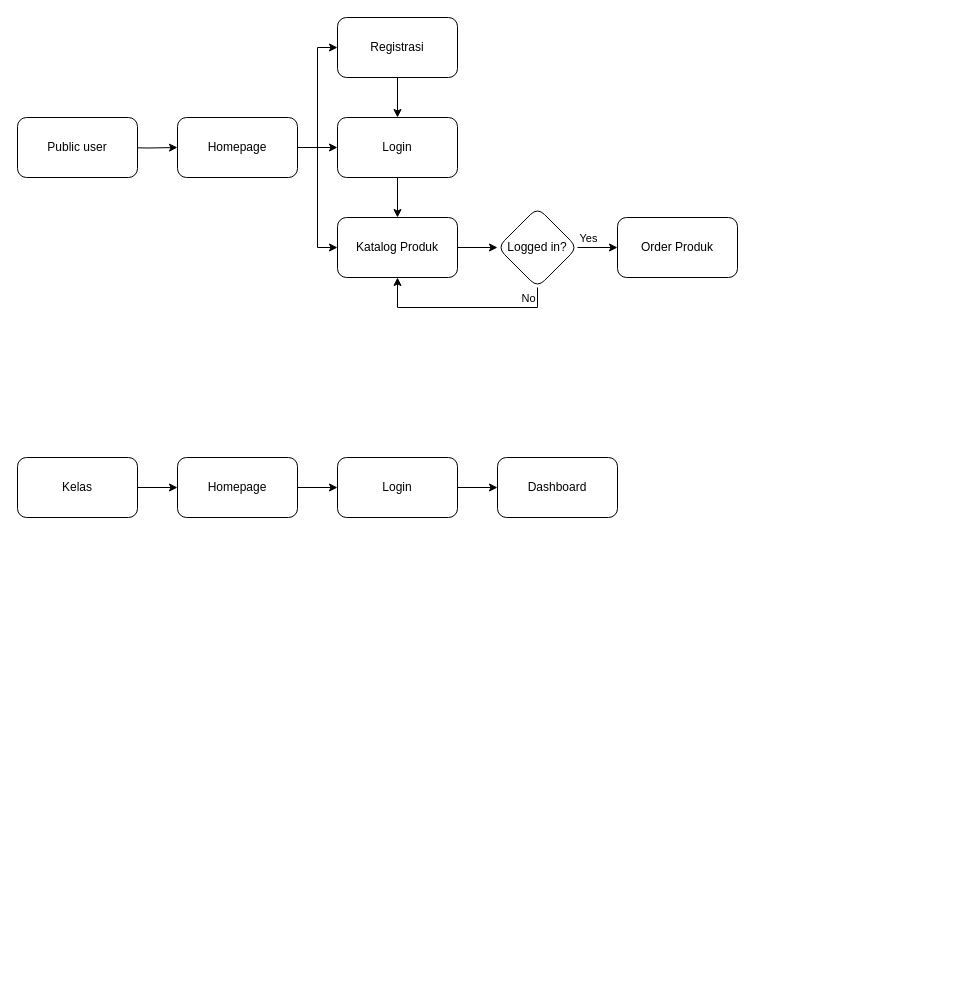
silvynrr/diagram-kantin-spw keeps this draw.io diagram as Alur_KantinSPW.drawio. Above is the earlier version. Source tidied: cells renumbered, new cells numbered last; positions are measured from the earlier drawing's top-left corner, leaving out a move shared by most shapes. Both pictures are drawn from the tidied source at 100%, with x=0, y=0 at pixel (17, 17).
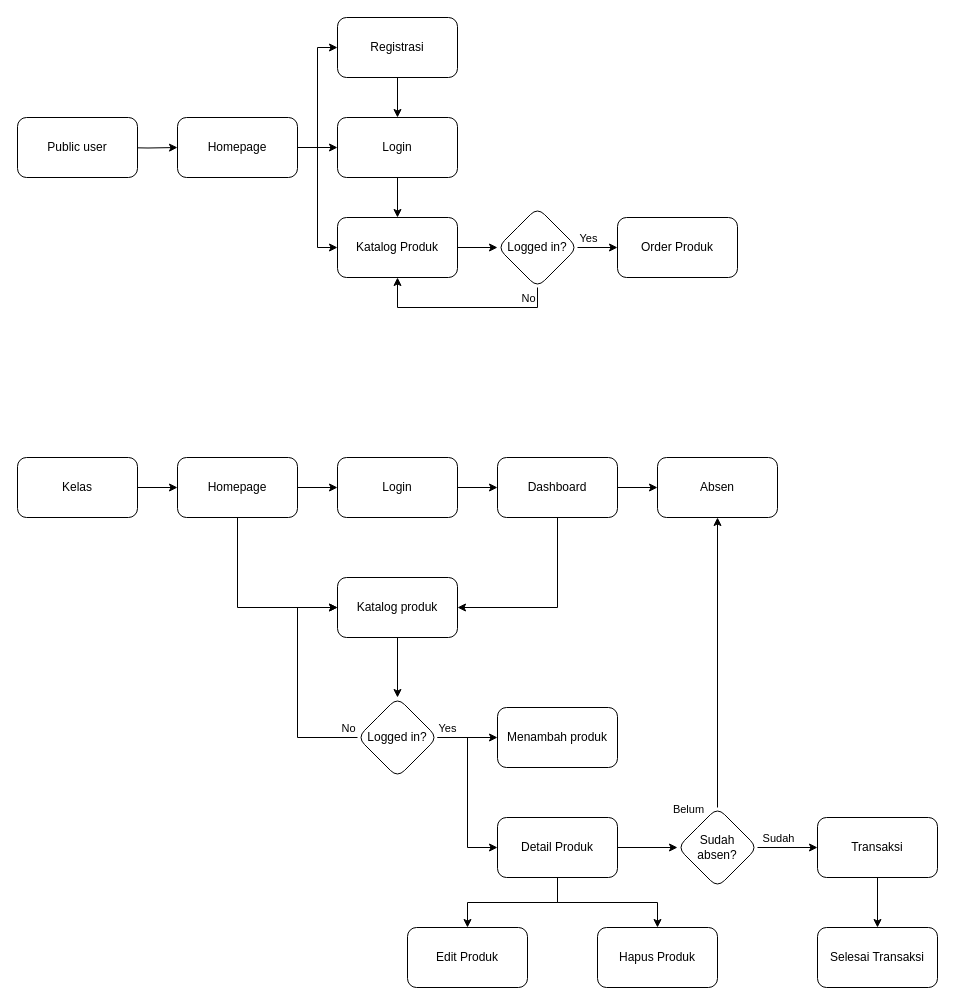
The same page after the edit.

The change refers to these unchanged cells:
```xml
<mxCell id="23" value="Homepage" style="rounded=1;whiteSpace=wrap;html=1;" parent="1" vertex="1">
  <mxGeometry x="160" y="440" width="120" height="60" as="geometry" />
</mxCell>
<mxCell id="26" value="Dashboard" style="rounded=1;whiteSpace=wrap;html=1;" parent="1" vertex="1">
  <mxGeometry x="480" y="440" width="120" height="60" as="geometry" />
</mxCell>
```

Change to the diagram source:
```diff
@@
+    <mxCell id="27" style="edgeStyle=orthogonalEdgeStyle;rounded=0;jettySize=auto;html=1;" parent="1" edge="1" source="23" target="31">
+      <mxGeometry relative="1" as="geometry">
+        <Array as="points">
+          <mxPoint x="220" y="590" />
+        </Array>
+      </mxGeometry>
+    </mxCell>
@@
+    <mxCell id="28" style="edgeStyle=orthogonalEdgeStyle;rounded=0;jettySize=auto;html=1;" parent="1" edge="1" source="26" target="31">
+      <mxGeometry relative="1" as="geometry">
+        <Array as="points">
+          <mxPoint x="540" y="590" />
+        </Array>
+      </mxGeometry>
+    </mxCell>
+    <mxCell id="29" style="edgeStyle=orthogonalEdgeStyle;rounded=0;jettySize=auto;html=1;" parent="1" edge="1" source="26" target="48">
+      <mxGeometry relative="1" as="geometry" />
+    </mxCell>
@@
+    <mxCell id="30" style="edgeStyle=orthogonalEdgeStyle;rounded=0;jettySize=auto;html=1;" parent="1" edge="1" source="31" target="37">
+      <mxGeometry relative="1" as="geometry" />
+    </mxCell>
+    <mxCell id="31" value="Katalog produk" style="whiteSpace=wrap;html=1;rounded=1;" parent="1" vertex="1">
+      <mxGeometry x="320" y="560" width="120" height="60" as="geometry" />
+    </mxCell>
+    <mxCell id="32" style="edgeStyle=orthogonalEdgeStyle;rounded=0;jettySize=auto;html=1;" parent="1" edge="1" source="37" target="31">
+      <mxGeometry relative="1" as="geometry">
+        <Array as="points">
+          <mxPoint x="280" y="720" />
+          <mxPoint x="280" y="590" />
+        </Array>
+      </mxGeometry>
+    </mxCell>
+    <mxCell id="33" value="No" style="edgeLabel;html=1;align=center;verticalAlign=middle;" parent="32" vertex="1">
+      <mxGeometry x="-0.85" y="-1" relative="1" as="geometry">
+        <mxPoint x="7" y="-9" as="offset" />
+      </mxGeometry>
+    </mxCell>
+    <mxCell id="34" style="edgeStyle=orthogonalEdgeStyle;rounded=0;jettySize=auto;html=1;" parent="1" edge="1" source="37" target="38">
+      <mxGeometry relative="1" as="geometry" />
+    </mxCell>
+    <mxCell id="35" value="Yes" style="edgeLabel;html=1;align=center;verticalAlign=middle;" parent="34" vertex="1">
+      <mxGeometry x="-0.42" relative="1" as="geometry">
+        <mxPoint x="-8" y="-10" as="offset" />
+      </mxGeometry>
+    </mxCell>
+    <mxCell id="36" style="edgeStyle=orthogonalEdgeStyle;rounded=0;jettySize=auto;html=1;" parent="1" edge="1" source="37" target="42">
+      <mxGeometry relative="1" as="geometry">
+        <Array as="points">
+          <mxPoint x="450" y="720" />
+          <mxPoint x="450" y="830" />
+        </Array>
+      </mxGeometry>
+    </mxCell>
+    <mxCell id="37" value="Logged in?" style="rhombus;whiteSpace=wrap;html=1;rounded=1;" parent="1" vertex="1">
+      <mxGeometry x="340" y="680" width="80" height="80" as="geometry" />
+    </mxCell>
+    <mxCell id="38" value="Menambah produk" style="whiteSpace=wrap;html=1;rounded=1;" parent="1" vertex="1">
+      <mxGeometry x="480" y="690" width="120" height="60" as="geometry" />
+    </mxCell>
+    <mxCell id="39" style="edgeStyle=orthogonalEdgeStyle;rounded=0;jettySize=auto;html=1;" parent="1" edge="1" source="42" target="47">
+      <mxGeometry relative="1" as="geometry" />
+    </mxCell>
+    <mxCell id="40" style="edgeStyle=orthogonalEdgeStyle;rounded=0;jettySize=auto;html=1;" parent="1" edge="1" source="42" target="51">
+      <mxGeometry relative="1" as="geometry" />
+    </mxCell>
+    <mxCell id="41" style="edgeStyle=orthogonalEdgeStyle;rounded=0;jettySize=auto;html=1;" parent="1" edge="1" source="42" target="52">
+      <mxGeometry relative="1" as="geometry" />
+    </mxCell>
+    <mxCell id="42" value="Detail Produk" style="whiteSpace=wrap;html=1;rounded=1;" parent="1" vertex="1">
+      <mxGeometry x="480" y="800" width="120" height="60" as="geometry" />
+    </mxCell>
+    <mxCell id="43" style="edgeStyle=orthogonalEdgeStyle;rounded=0;jettySize=auto;html=1;" parent="1" edge="1" source="47" target="48">
+      <mxGeometry relative="1" as="geometry" />
+    </mxCell>
+    <mxCell id="44" value="Belum" style="edgeLabel;html=1;align=center;verticalAlign=middle;" parent="43" vertex="1">
+      <mxGeometry x="-0.86" y="1" relative="1" as="geometry">
+        <mxPoint x="-29" y="21" as="offset" />
+      </mxGeometry>
+    </mxCell>
+    <mxCell id="45" style="edgeStyle=orthogonalEdgeStyle;rounded=0;jettySize=auto;html=1;" parent="1" edge="1" source="47" target="50">
+      <mxGeometry relative="1" as="geometry" />
+    </mxCell>
+    <mxCell id="46" value="Sudah" style="edgeLabel;html=1;align=center;verticalAlign=middle;" parent="45" vertex="1">
+      <mxGeometry x="-0.34" y="2" relative="1" as="geometry">
+        <mxPoint y="-8" as="offset" />
+      </mxGeometry>
+    </mxCell>
+    <mxCell id="47" value="Sudah&lt;div&gt;absen?&lt;/div&gt;" style="rhombus;whiteSpace=wrap;html=1;rounded=1;" parent="1" vertex="1">
+      <mxGeometry x="660" y="790" width="80" height="80" as="geometry" />
+    </mxCell>
+    <mxCell id="48" value="Absen" style="rounded=1;whiteSpace=wrap;html=1;" parent="1" vertex="1">
+      <mxGeometry x="640" y="440" width="120" height="60" as="geometry" />
+    </mxCell>
+    <mxCell id="49" style="edgeStyle=orthogonalEdgeStyle;rounded=0;jettySize=auto;html=1;" parent="1" edge="1" source="50" target="53">
+      <mxGeometry relative="1" as="geometry" />
+    </mxCell>
+    <mxCell id="50" value="Transaksi" style="whiteSpace=wrap;html=1;rounded=1;" parent="1" vertex="1">
+      <mxGeometry x="800" y="800" width="120" height="60" as="geometry" />
+    </mxCell>
+    <mxCell id="51" value="Edit Produk" style="whiteSpace=wrap;html=1;rounded=1;" parent="1" vertex="1">
+      <mxGeometry x="390" y="910" width="120" height="60" as="geometry" />
+    </mxCell>
+    <mxCell id="52" value="Hapus Produk" style="whiteSpace=wrap;html=1;rounded=1;" parent="1" vertex="1">
+      <mxGeometry x="580" y="910" width="120" height="60" as="geometry" />
+    </mxCell>
+    <mxCell id="53" value="Selesai Transaksi" style="whiteSpace=wrap;html=1;rounded=1;" parent="1" vertex="1">
+      <mxGeometry x="800" y="910" width="120" height="60" as="geometry" />
+    </mxCell>
```
